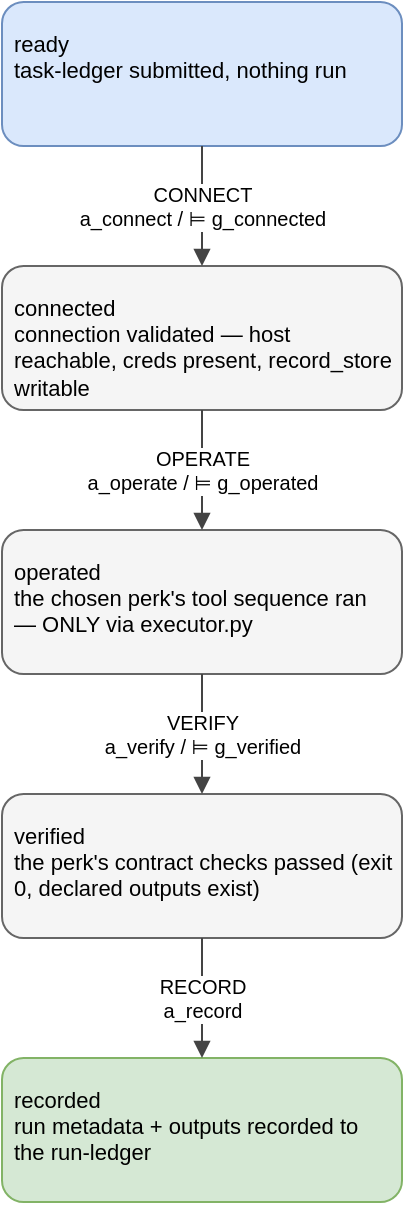
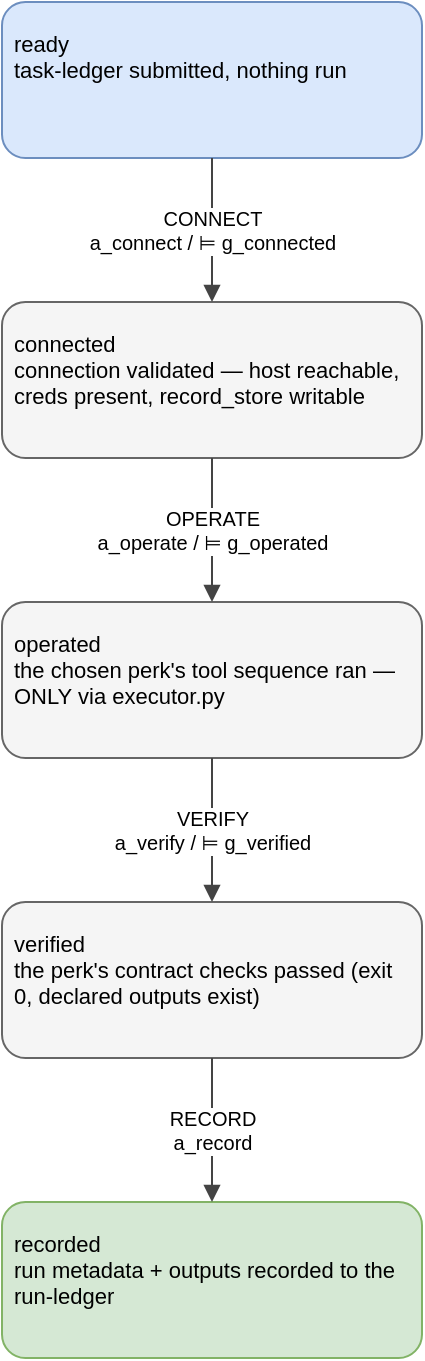
<mxfile host="cyberware">
  <diagram name="pg_ops">
-     <mxGraphModel dx="900" dy="700" grid="1" gridSize="10" guides="1" tooltips="1" connect="1" arrows="1" fold="1" page="1" pageScale="1" pageWidth="850" pageHeight="1100" math="0" shadow="0">
+     <mxGraphModel dx="900" dy="700" grid="1" gridSize="10" guides="1" tooltips="1" connect="1" arrows="1" fold="1" page="1" pageScale="1" pageWidth="850" pageHeight="1100">
      <root>
        <mxCell id="0"/>
        <mxCell id="1" parent="0"/>
-         <mxCell id="s_ready" value="ready&#10;task-ledger submitted, nothing run" style="rounded=1;whiteSpace=wrap;html=1;fillColor=#dae8fc;strokeColor=#6c8ebf;align=left;verticalAlign=top;spacing=6;spacingTop=4;fontSize=11;" vertex="1" parent="1"><mxGeometry x="40" y="40" width="200" height="72" as="geometry"/></mxCell>
-         <mxCell id="s_connected" value="connected&#10;connection validated — host reachable, creds present, record_store writable" style="rounded=1;whiteSpace=wrap;html=1;fillColor=#f5f5f5;strokeColor=#666666;align=left;verticalAlign=top;spacing=6;spacingTop=4;fontSize=11;" vertex="1" parent="1"><mxGeometry x="40" y="172" width="200" height="72" as="geometry"/></mxCell>
-         <mxCell id="s_operated" value="operated&#10;the chosen perk&#x27;s tool sequence ran — ONLY via executor.py" style="rounded=1;whiteSpace=wrap;html=1;fillColor=#f5f5f5;strokeColor=#666666;align=left;verticalAlign=top;spacing=6;spacingTop=4;fontSize=11;" vertex="1" parent="1"><mxGeometry x="40" y="304" width="200" height="72" as="geometry"/></mxCell>
-         <mxCell id="s_verified" value="verified&#10;the perk&#x27;s contract checks passed (exit 0, declared outputs exist)" style="rounded=1;whiteSpace=wrap;html=1;fillColor=#f5f5f5;strokeColor=#666666;align=left;verticalAlign=top;spacing=6;spacingTop=4;fontSize=11;" vertex="1" parent="1"><mxGeometry x="40" y="436" width="200" height="72" as="geometry"/></mxCell>
-         <mxCell id="s_recorded" value="recorded&#10;run metadata + outputs recorded to the run-ledger" style="rounded=1;whiteSpace=wrap;html=1;fillColor=#d5e8d4;strokeColor=#82b366;align=left;verticalAlign=top;spacing=6;spacingTop=4;fontSize=11;" vertex="1" parent="1"><mxGeometry x="40" y="568" width="200" height="72" as="geometry"/></mxCell>
+         <mxCell id="s_ready" value="ready&#10;task-ledger submitted, nothing run" style="rounded=1;whiteSpace=wrap;html=1;fillColor=#dae8fc;strokeColor=#6c8ebf;align=left;verticalAlign=top;spacing=6;spacingTop=4;fontSize=11;" vertex="1" parent="1"><mxGeometry x="30" y="30" width="210" height="78" as="geometry"/></mxCell>
+         <mxCell id="s_connected" value="connected&#10;connection validated — host reachable, creds present, record_store writable" style="rounded=1;whiteSpace=wrap;html=1;fillColor=#f5f5f5;strokeColor=#666666;align=left;verticalAlign=top;spacing=6;spacingTop=4;fontSize=11;" vertex="1" parent="1"><mxGeometry x="30" y="180" width="210" height="78" as="geometry"/></mxCell>
+         <mxCell id="s_operated" value="operated&#10;the chosen perk&#x27;s tool sequence ran — ONLY via executor.py" style="rounded=1;whiteSpace=wrap;html=1;fillColor=#f5f5f5;strokeColor=#666666;align=left;verticalAlign=top;spacing=6;spacingTop=4;fontSize=11;" vertex="1" parent="1"><mxGeometry x="30" y="330" width="210" height="78" as="geometry"/></mxCell>
+         <mxCell id="s_verified" value="verified&#10;the perk&#x27;s contract checks passed (exit 0, declared outputs exist)" style="rounded=1;whiteSpace=wrap;html=1;fillColor=#f5f5f5;strokeColor=#666666;align=left;verticalAlign=top;spacing=6;spacingTop=4;fontSize=11;" vertex="1" parent="1"><mxGeometry x="30" y="480" width="210" height="78" as="geometry"/></mxCell>
+         <mxCell id="s_recorded" value="recorded&#10;run metadata + outputs recorded to the run-ledger" style="rounded=1;whiteSpace=wrap;html=1;fillColor=#d5e8d4;strokeColor=#82b366;align=left;verticalAlign=top;spacing=6;spacingTop=4;fontSize=11;" vertex="1" parent="1"><mxGeometry x="30" y="630" width="210" height="78" as="geometry"/></mxCell>
        <mxCell id="t_0" value="CONNECT&#10;a_connect / ⊨ g_connected" style="edgeStyle=orthogonalEdgeStyle;rounded=1;html=1;fontSize=10;endArrow=block;strokeColor=#444444;" edge="1" parent="1" source="s_ready" target="s_connected"><mxGeometry relative="1" as="geometry"/></mxCell>
        <mxCell id="t_1" value="OPERATE&#10;a_operate / ⊨ g_operated" style="edgeStyle=orthogonalEdgeStyle;rounded=1;html=1;fontSize=10;endArrow=block;strokeColor=#444444;" edge="1" parent="1" source="s_connected" target="s_operated"><mxGeometry relative="1" as="geometry"/></mxCell>
        <mxCell id="t_2" value="VERIFY&#10;a_verify / ⊨ g_verified" style="edgeStyle=orthogonalEdgeStyle;rounded=1;html=1;fontSize=10;endArrow=block;strokeColor=#444444;" edge="1" parent="1" source="s_operated" target="s_verified"><mxGeometry relative="1" as="geometry"/></mxCell>
        <mxCell id="t_3" value="RECORD&#10;a_record" style="edgeStyle=orthogonalEdgeStyle;rounded=1;html=1;fontSize=10;endArrow=block;strokeColor=#444444;" edge="1" parent="1" source="s_verified" target="s_recorded"><mxGeometry relative="1" as="geometry"/></mxCell>
      </root>
    </mxGraphModel>
  </diagram>
</mxfile>
